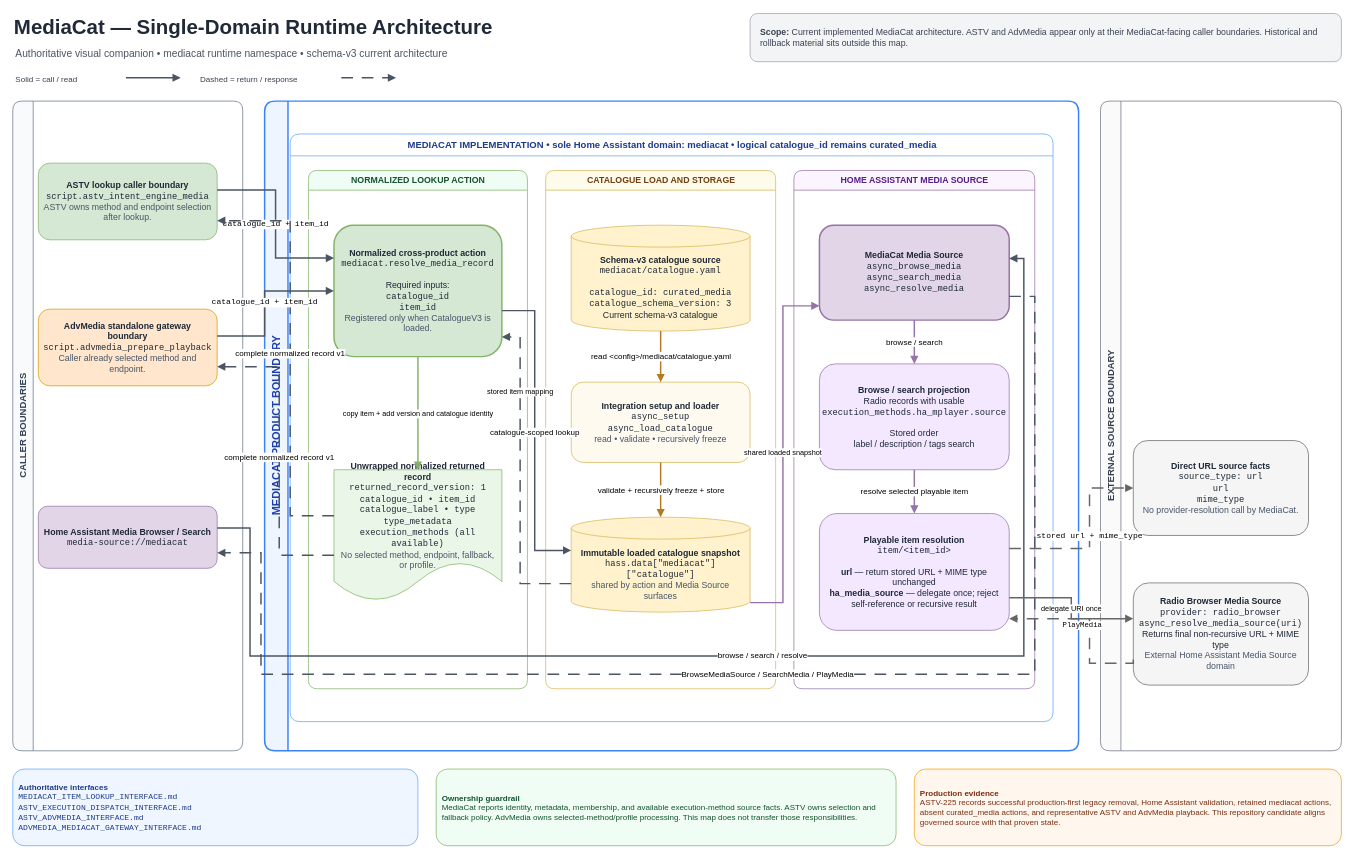
Before: 01_Architecture/Diagrams/MEDIACAT_ARCHITECTURE.drawio in 83degrees/MediaCat, a draw.io diagram. Source tidied: cells renumbered, new cells numbered last; positions are measured from the earlier drawing's top-left corner, leaving out a move shared by most shapes. Both pictures are drawn from the tidied source at 73%, with x=0, y=0 at pixel (12, 12).
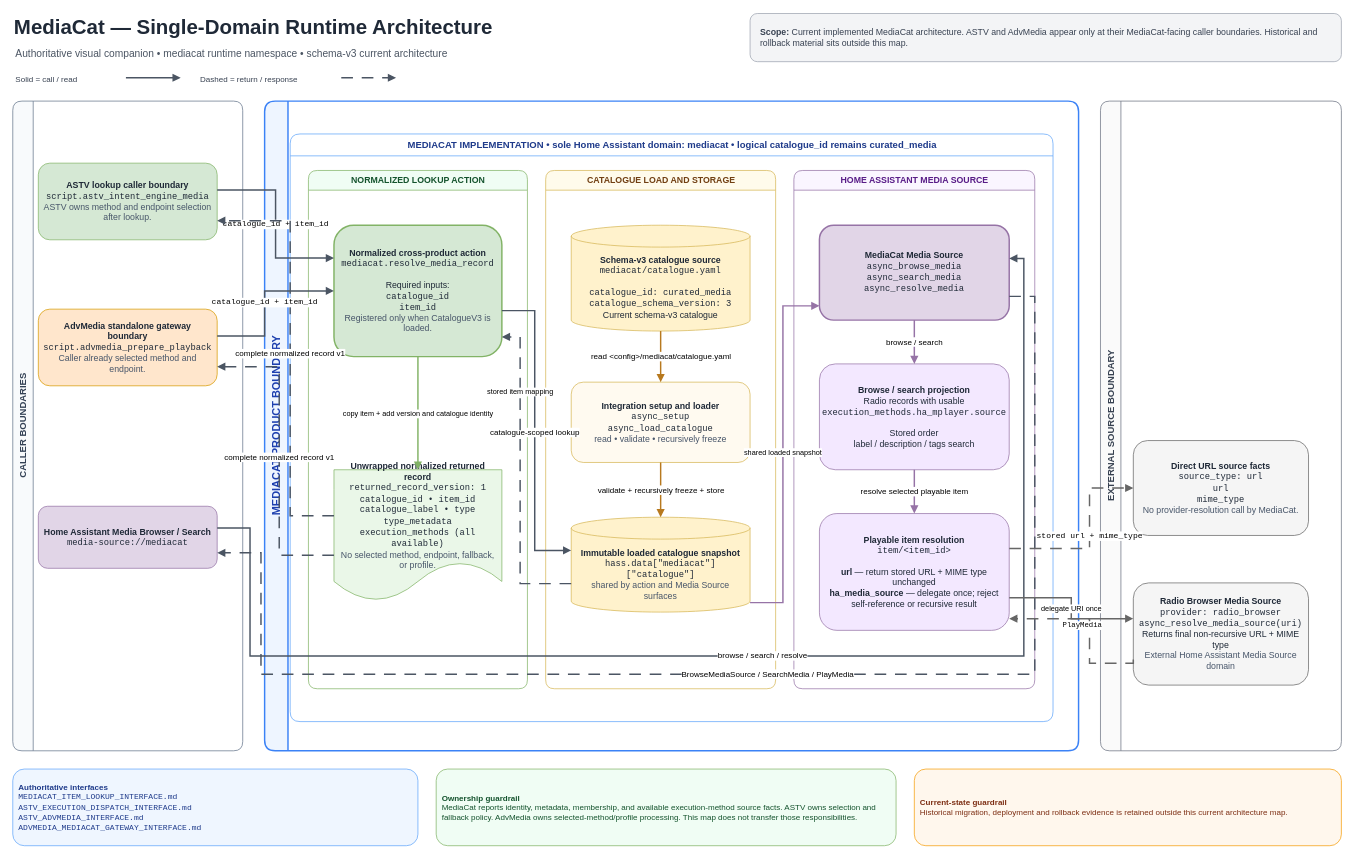
Above is the later version.

Commit message:
ASTV-237 remove migration evidence from current architecture diagram

Change to the diagram source:
```diff
@@
-    <mxCell id="48" value="&lt;b&gt;Production evidence&lt;/b&gt;&lt;br&gt;ASTV-225 records successful production-first legacy removal, Home Assistant validation, retained mediacat actions, absent curated_media actions, and representative ASTV and AdvMedia playback. This repository candidate aligns governed source with that proven state." style="rounded=1;whiteSpace=wrap;html=1;fillColor=#fff7ed;strokeColor=#f59e0b;fontColor=#7c2d12;fontSize=11;spacing=8;align=left;" parent="1" vertex="1">
+    <mxCell id="48" value="&lt;b&gt;Current-state guardrail&lt;/b&gt;&lt;br&gt;Historical migration, deployment and rollback evidence is retained outside this current architecture map." style="rounded=1;whiteSpace=wrap;html=1;fillColor=#fff7ed;strokeColor=#f59e0b;fontColor=#7c2d12;fontSize=11;spacing=8;align=left;" parent="1" vertex="1">
       <mxGeometry x="1235" y="1036" width="585" height="105" as="geometry" />
     </mxCell>
```
